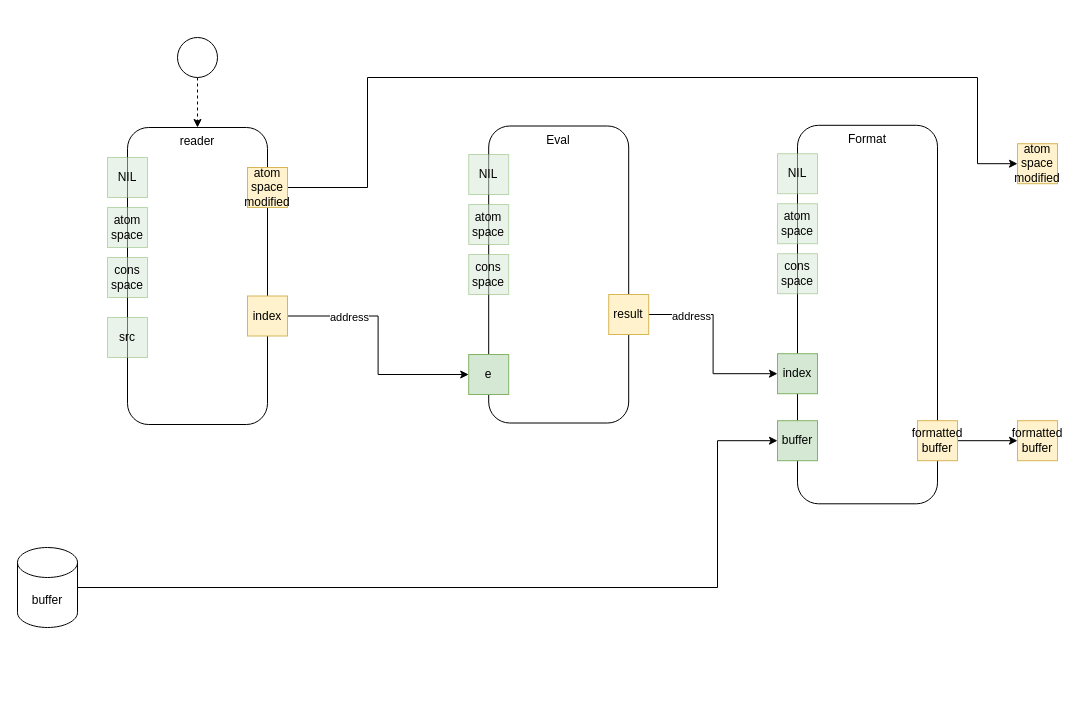
guitarvydas/dasl2 keeps this draw.io diagram as page "read-eval-format" (5 of 7) of eval.drawio. Above is the earlier version. Source tidied: cells renumbered, new cells numbered last; positions are measured from the earlier drawing's top-left corner, leaving out a move shared by most shapes. Both pictures are drawn from the tidied source at 100%, with x=0, y=0 at pixel (17, 37).
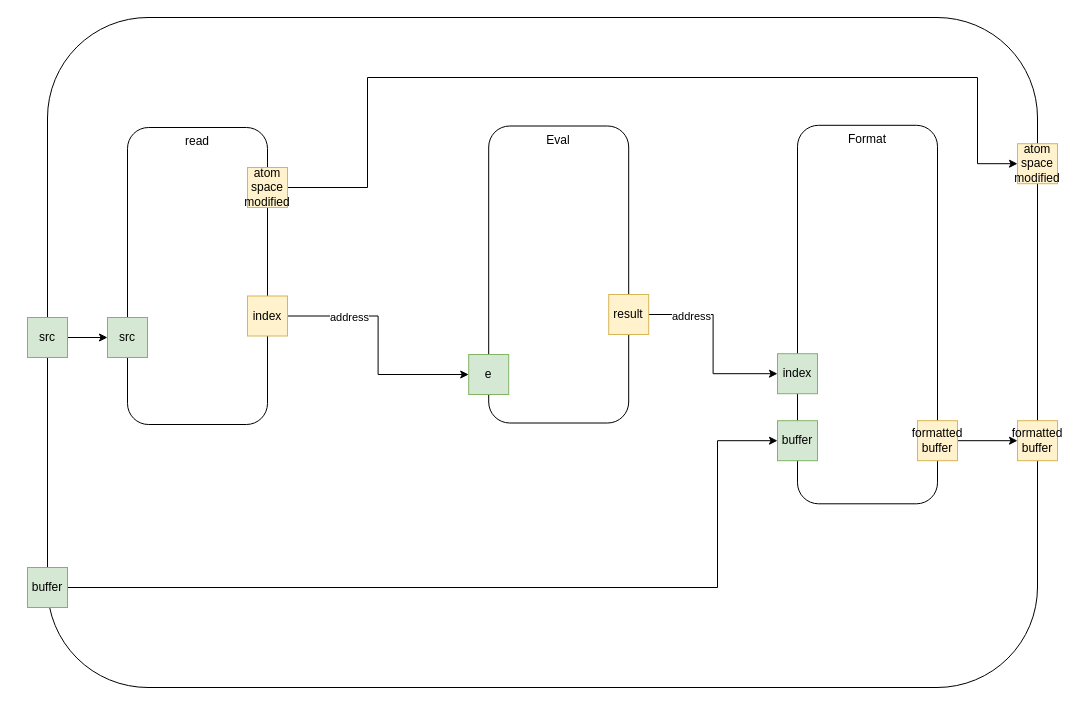
After the change.

The change refers to these unchanged cells:
```xml
<mxCell id="16" value="buffer" style="whiteSpace=wrap;html=1;fillColor=#d5e8d4;strokeColor=#82b366;" parent="1" vertex="1">
  <mxGeometry x="760" y="383.2" width="40" height="40" as="geometry" />
</mxCell>
```

What changed in the source:
```diff
@@
+    <mxCell id="34" style="rounded=1;whiteSpace=wrap;html=1;" parent="1" vertex="1">
+      <mxGeometry x="30" y="-20" width="990" height="670" as="geometry" />
+    </mxCell>
-    <mxCell id="2" value="reader" style="rounded=1;whiteSpace=wrap;html=1;verticalAlign=top;" parent="1" vertex="1">
+    <mxCell id="2" value="read" style="rounded=1;whiteSpace=wrap;html=1;verticalAlign=top;" parent="1" vertex="1">
       <mxGeometry x="110" y="90" width="140" height="297" as="geometry" />
     </mxCell>
@@
-    <mxCell id="17" style="edgeStyle=orthogonalEdgeStyle;rounded=0;jettySize=auto;html=1;exitX=1;exitY=0.5;exitDx=0;exitDy=0;exitPerimeter=0;entryX=0;entryY=0.5;entryDx=0;entryDy=0;" parent="1" edge="1" source="18" target="16">
+    <mxCell id="17" style="edgeStyle=orthogonalEdgeStyle;rounded=0;jettySize=auto;html=1;exitX=1;exitY=0.5;exitDx=0;exitDy=0;entryX=0;entryY=0.5;entryDx=0;entryDy=0;" parent="1" edge="1" source="18" target="16">
       <mxGeometry relative="1" as="geometry">
         <Array as="points">
           <mxPoint x="700" y="550" />
           <mxPoint x="700" y="403" />
         </Array>
       </mxGeometry>
     </mxCell>
-    <mxCell id="18" value="buffer" style="shape=cylinder3;whiteSpace=wrap;html=1;boundedLbl=1;backgroundOutline=1;size=15;" parent="1" vertex="1">
-      <mxGeometry y="510" width="60" height="80" as="geometry" />
-    </mxCell>
-    <mxCell id="19" style="edgeStyle=orthogonalEdgeStyle;rounded=0;jettySize=auto;html=1;exitX=0.5;exitY=1;exitDx=0;exitDy=0;entryX=0.5;entryY=0;entryDx=0;entryDy=0;dashed=1;" parent="1" edge="1" source="20" target="2">
-      <mxGeometry relative="1" as="geometry" />
-    </mxCell>
-    <mxCell id="20" style="ellipse;whiteSpace=wrap;html=1;" parent="1" vertex="1">
-      <mxGeometry x="160" width="40" height="40" as="geometry" />
-    </mxCell>
-    <mxCell id="21" value="cons space" style="whiteSpace=wrap;html=1;fillColor=#d5e8d4;strokeColor=#82b366;opacity=50;" parent="1" vertex="1">
-      <mxGeometry x="90" y="220" width="40" height="40" as="geometry" />
-    </mxCell>
-    <mxCell id="22" value="src" style="whiteSpace=wrap;html=1;fillColor=#d5e8d4;strokeColor=#82b366;opacity=50;" parent="1" vertex="1">
+    <mxCell id="22" value="src" style="whiteSpace=wrap;html=1;fillColor=#d5e8d4;strokeColor=#82b366;" parent="1" vertex="1">
       <mxGeometry x="90" y="280" width="40" height="40" as="geometry" />
     </mxCell>
-    <mxCell id="23" value="atom space" style="whiteSpace=wrap;html=1;fillColor=#d5e8d4;strokeColor=#82b366;opacity=50;" parent="1" vertex="1">
-      <mxGeometry x="90" y="170" width="40" height="40" as="geometry" />
-    </mxCell>
-    <mxCell id="24" value="NIL" style="whiteSpace=wrap;html=1;fillColor=#d5e8d4;strokeColor=#82b366;opacity=50;" parent="1" vertex="1">
-      <mxGeometry x="90" y="120" width="40" height="40" as="geometry" />
-    </mxCell>
-    <mxCell id="25" value="cons space" style="whiteSpace=wrap;html=1;fillColor=#d5e8d4;strokeColor=#82b366;opacity=50;" parent="1" vertex="1">
-      <mxGeometry x="451.2" y="217" width="40" height="40" as="geometry" />
-    </mxCell>
-    <mxCell id="26" value="atom space" style="whiteSpace=wrap;html=1;fillColor=#d5e8d4;strokeColor=#82b366;opacity=50;" parent="1" vertex="1">
-      <mxGeometry x="451.2" y="167" width="40" height="40" as="geometry" />
-    </mxCell>
-    <mxCell id="27" value="NIL" style="whiteSpace=wrap;html=1;fillColor=#d5e8d4;strokeColor=#82b366;opacity=50;" parent="1" vertex="1">
-      <mxGeometry x="451.2" y="117" width="40" height="40" as="geometry" />
-    </mxCell>
-    <mxCell id="28" value="cons space" style="whiteSpace=wrap;html=1;fillColor=#d5e8d4;strokeColor=#82b366;opacity=50;" parent="1" vertex="1">
-      <mxGeometry x="760" y="216.2" width="40" height="40" as="geometry" />
-    </mxCell>
-    <mxCell id="29" value="atom space" style="whiteSpace=wrap;html=1;fillColor=#d5e8d4;strokeColor=#82b366;opacity=50;" parent="1" vertex="1">
-      <mxGeometry x="760" y="166.2" width="40" height="40" as="geometry" />
-    </mxCell>
-    <mxCell id="30" value="NIL" style="whiteSpace=wrap;html=1;fillColor=#d5e8d4;strokeColor=#82b366;opacity=50;" parent="1" vertex="1">
-      <mxGeometry x="760" y="116.2" width="40" height="40" as="geometry" />
-    </mxCell>
@@
+    <mxCell id="18" value="buffer" style="whiteSpace=wrap;html=1;fillColor=#d5e8d4;strokeColor=#82b366;" parent="1" vertex="1">
+      <mxGeometry x="10" y="530" width="40" height="40" as="geometry" />
+    </mxCell>
+    <mxCell id="35" style="edgeStyle=orthogonalEdgeStyle;rounded=0;jettySize=auto;html=1;exitX=1;exitY=0.5;exitDx=0;exitDy=0;entryX=0;entryY=0.5;entryDx=0;entryDy=0;" parent="1" edge="1" source="36" target="22">
+      <mxGeometry relative="1" as="geometry" />
+    </mxCell>
+    <mxCell id="36" value="src" style="whiteSpace=wrap;html=1;fillColor=#d5e8d4;strokeColor=#82b366;" parent="1" vertex="1">
+      <mxGeometry x="10" y="280" width="40" height="40" as="geometry" />
+    </mxCell>
```
